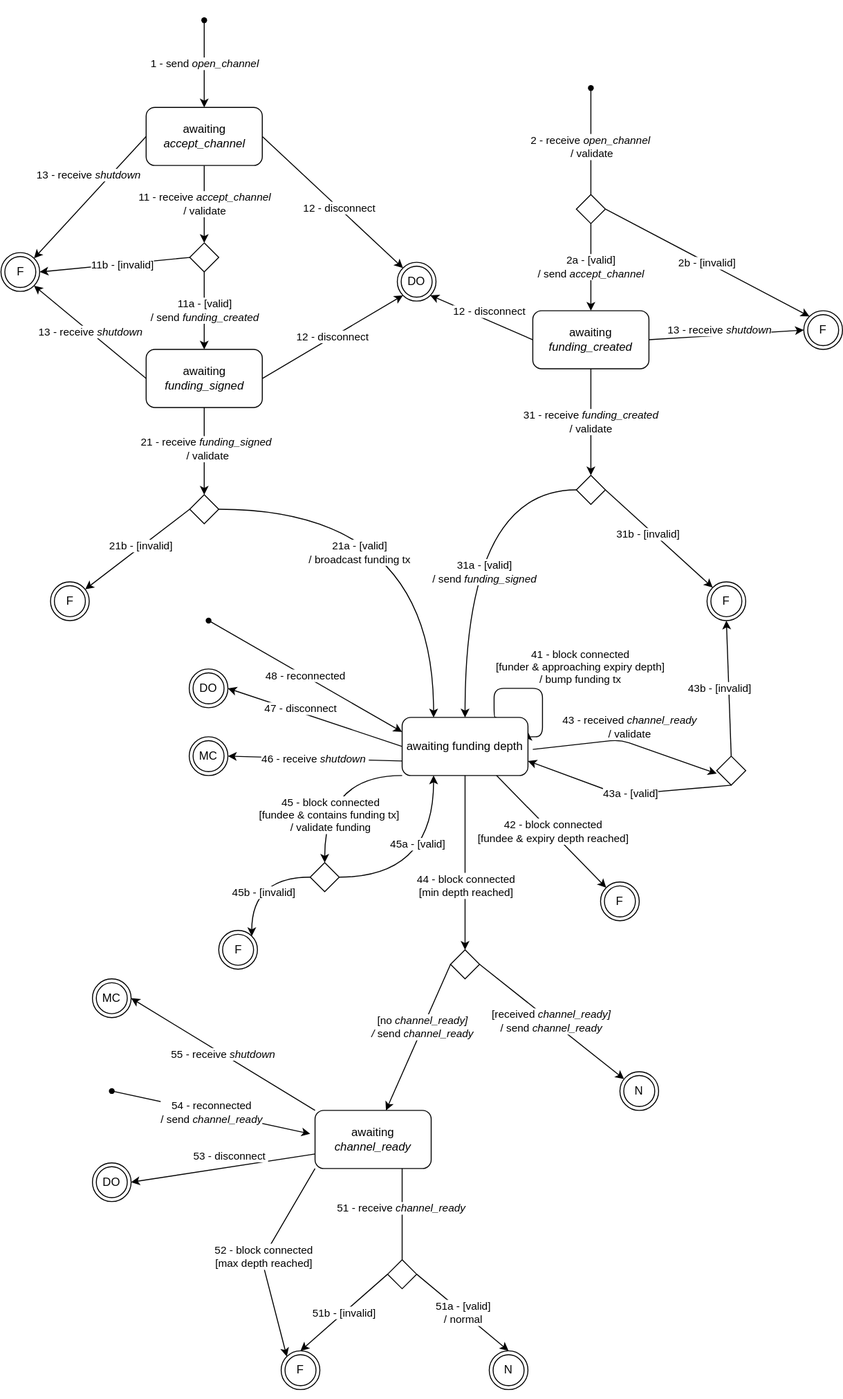
The draw.io diagram docs/ConnectedOpenChannel.svg in node-lightning/node-lightning, before a commit. Source tidied: cells renumbered, new cells last; positions are measured from the earlier drawing's top-left corner, leaving out a move shared by most shapes.
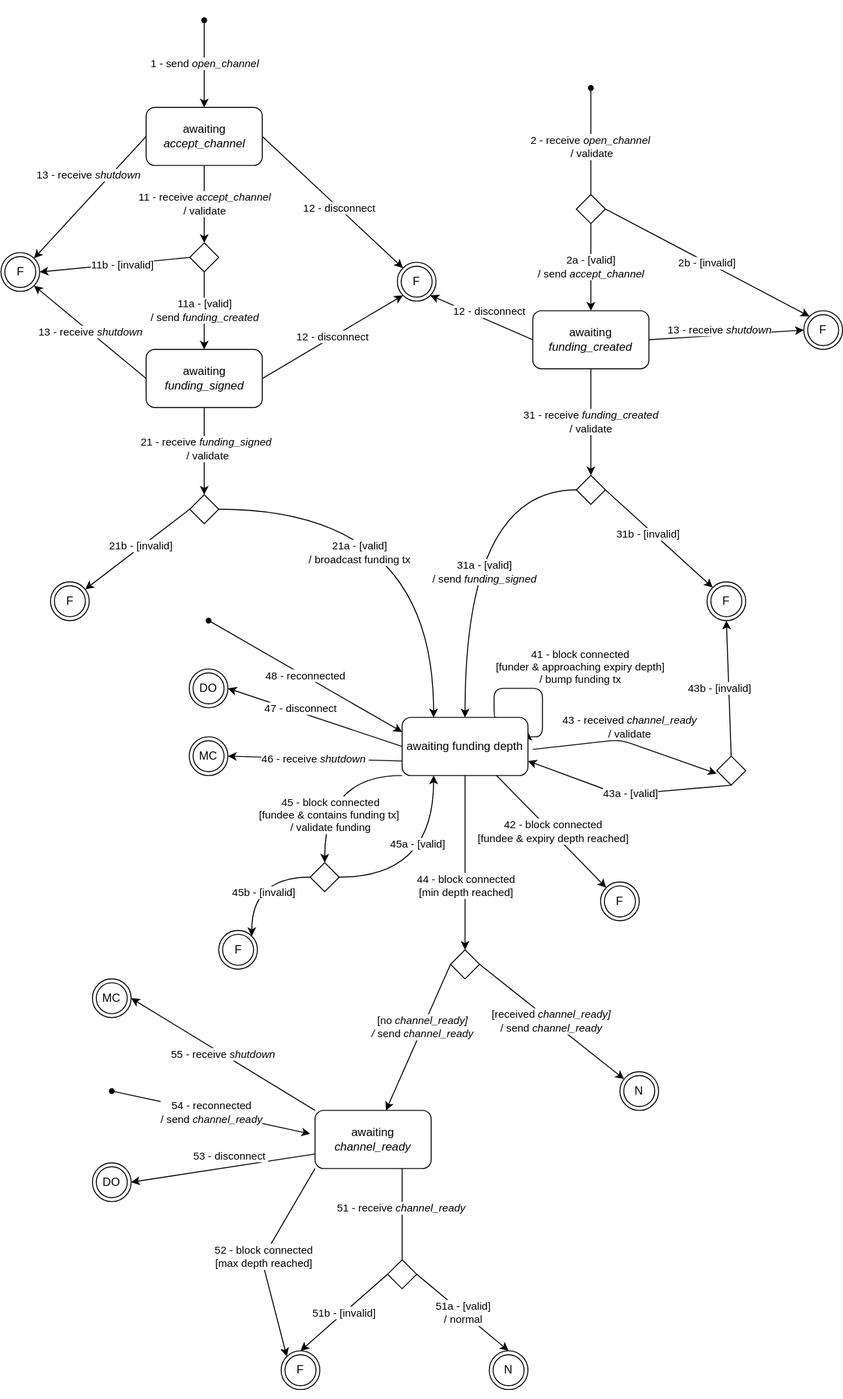
After the commit.

Commit message:
docs: fix connected open for transition 12

Diff of the diagram source:
```diff
@@ -237,7 +237,7 @@
     <mxCell id="61" style="shape=waypoint;sketch=0;fillStyle=solid;size=6;fillColor=none;perimeter=centerPerimeter;" parent="1" vertex="1">
       <mxGeometry x="590" y="70" width="40" height="40" as="geometry" />
     </mxCell>
-    <mxCell id="62" value="DO" style="ellipse;shape=doubleEllipse;whiteSpace=wrap;html=1;" parent="1" vertex="1">
+    <mxCell id="62" value="F" style="ellipse;shape=doubleEllipse;whiteSpace=wrap;html=1;" parent="1" vertex="1">
       <mxGeometry x="410" y="270" width="40" height="40" as="geometry" />
     </mxCell>
     <mxCell id="63" style="edgeStyle=orthogonalEdgeStyle;rounded=0;jettySize=auto;html=1;entryX=0.25;entryY=1;entryDx=0;entryDy=0;exitX=1;exitY=0.5;exitDx=0;exitDy=0;curved=1;" parent="1" edge="1" source="67" target="18">
```
